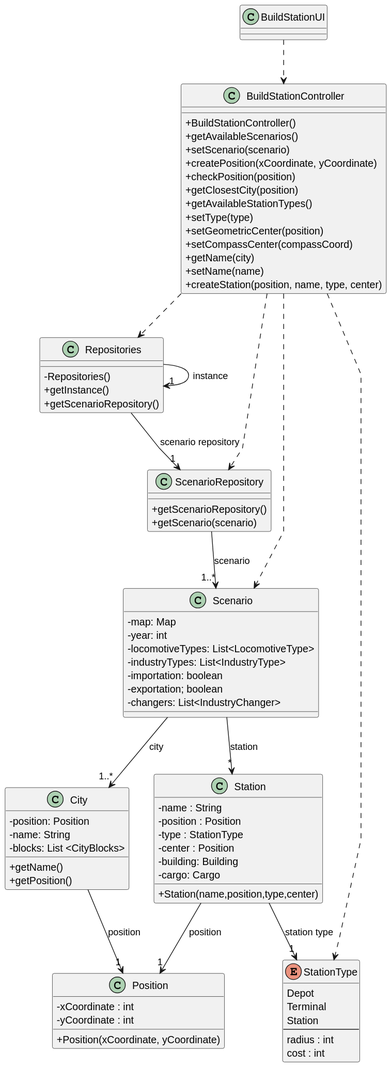
1240935/pi2-railway-simulator keeps this PlantUML diagram as docsFinais/US005/03.design/svg/US005-CD.svg. Above is the earlier version.
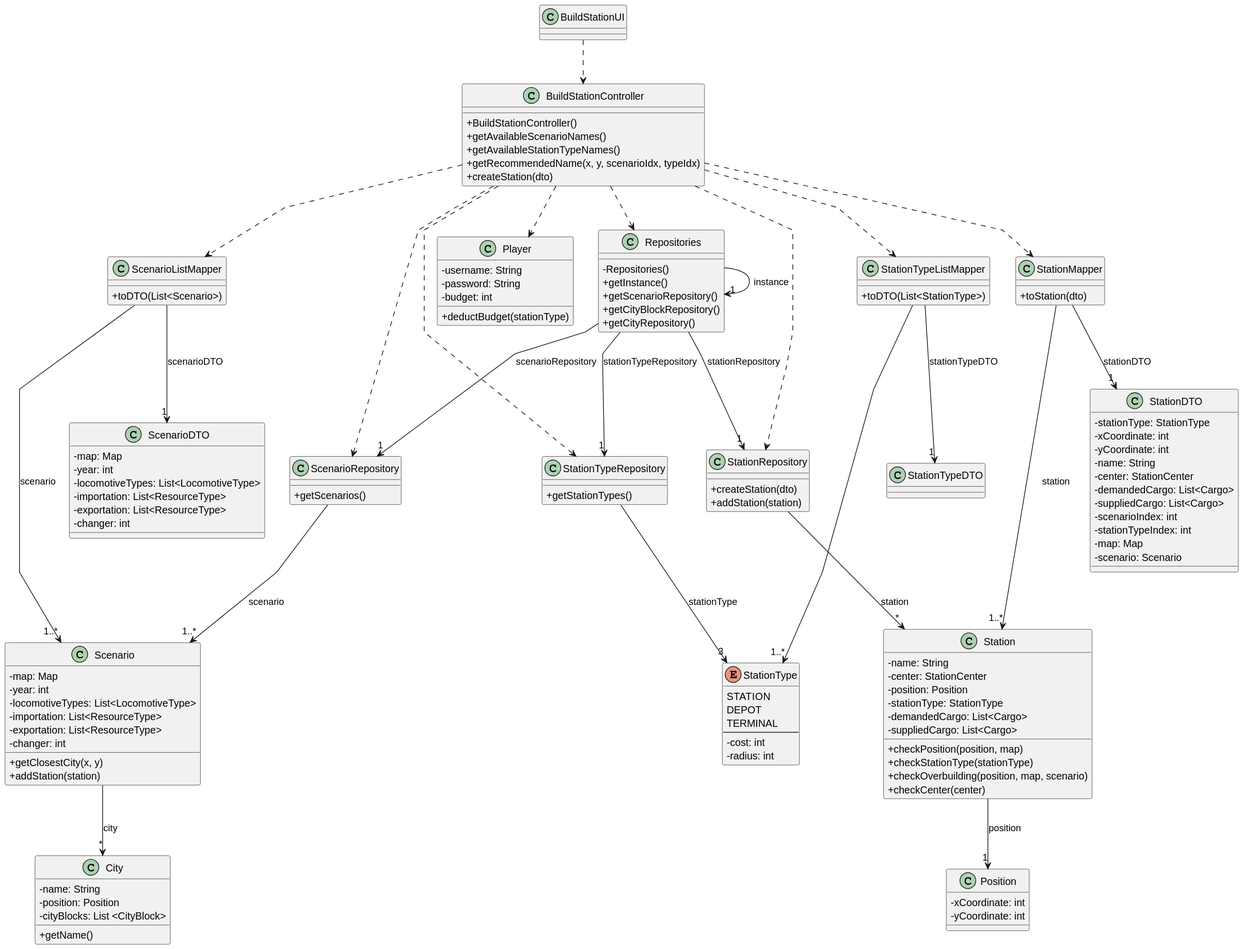
After the commit.

Change to the diagram source:
```diff
@@ -5,91 +5,154 @@
 
 skinparam classAttributeIconSize 0
 
+class BuildStationUI
 
-class BuildStationUI {
+class BuildStationController {
+    + BuildStationController()
+    + getAvailableScenarioNames()
+    + getAvailableStationTypeNames()
+    + getRecommendedName(x, y, scenarioIdx, typeIdx)
+    + createStation(dto)
 }
 
-class BuildStationController {
-  +BuildStationController()
-  +getAvailableScenarios()
-  +setScenario(scenario)
-  +createPosition(xCoordinate, yCoordinate)
-  +checkPosition(position)
-  +getClosestCity(position)
-  +getAvailableStationTypes()
-  +setType(type)
-  +setGeometricCenter(position)
-  +setCompassCenter(compassCoord)
-  +getName(city)
-  +setName(name)
-  +createStation(position, name, type, center)
+class Scenario {
+    - map: Map
+    - year: int
+    - locomotiveTypes: List<LocomotiveType>
+    - importation: List<ResourceType>
+    - exportation: List<ResourceType>
+    - changer: int
+    + getClosestCity(x, y)
+    + addStation(station)
+}
+
+class City {
+    -name: String
+    -position: Position
+    -cityBlocks: List <CityBlock>
+    + getName()
+}
+
+class Station {
+    -name: String
+    -center: StationCenter
+    -position: Position
+    -stationType: StationType
+    -demandedCargo: List<Cargo>
+    -suppliedCargo: List<Cargo>
+    + checkPosition(position, map)
+    + checkStationType(stationType)
+    + checkOverbuilding(position, map, scenario)
+    + checkCenter(center)
+}
+
+class Position {
+    -xCoordinate: int
+    -yCoordinate: int
+}
+
+class Player {
+    - username: String
+    - password: String
+    - budget: int
+    + deductBudget(stationType)
+}
+
+class ScenarioRepository {
+    + getScenarios()
+}
+
+class StationTypeRepository {
+    + getStationTypes()
+}
+class StationRepository {
+    + createStation(dto)
+    + addStation(station)
+}
+
+class ScenarioListMapper {
+    + toDTO(List<Scenario>)
+}
+
+class StationTypeListMapper {
+    + toDTO(List<StationType>)
+}
+
+class StationMapper {
+    + toStation(dto)
+}
+
+class ScenarioDTO{
+    -map: Map
+    -year: int
+    -locomotiveTypes: List<LocomotiveType>
+    -importation: List<ResourceType>
+    -exportation: List<ResourceType>
+    -changer: int
+}
+
+class StationTypeDTO{
+}
+
+class StationDTO {
+    - stationType: StationType
+    - xCoordinate: int
+    - yCoordinate: int
+    - name: String
+    - center: StationCenter
+    - demandedCargo: List<Cargo>
+    - suppliedCargo: List<Cargo>
+    - scenarioIndex: int
+    - stationTypeIndex: int
+    - map: Map
+    - scenario: Scenario
+}
+
+enum StationType{
+    STATION
+    DEPOT
+    TERMINAL
+    --
+    -cost: int
+    -radius: int
 }
 
 class Repositories {
-      - Repositories()
-      + getInstance()
-      + getScenarioRepository()
- }
-
-class City {
-  - position: Position
-  - name: String
-  - blocks: List <CityBlocks>
-  +getName()
-  +getPosition()
-}
-
-class Scenario {
-       -map: Map
-       -year: int
-       -locomotiveTypes: List<LocomotiveType>
-       -industryTypes: List<IndustryType>
-       -importation: boolean
-       -exportation; boolean
-       -changers: List<IndustryChanger>
-}
-
-class Position {
-  -xCoordinate : int
-  -yCoordinate : int
-  +Position(xCoordinate, yCoordinate)
-}
-
-enum StationType {
-  Depot
-  Terminal
-  Station
-  --
-  radius : int
-  cost : int
-}
-
-class ScenarioRepository {
+  -Repositories()
+  +getInstance()
   +getScenarioRepository()
-  +getScenario(scenario)
-}
-
-class Station{
-    -name : String
-    -position : Position
-    -type : StationType
-    -center : Position
-    -building: Building
-    -cargo: Cargo
-    +Station(name,position,type,center)
+  +getCityBlockRepository()
+  +getCityRepository()
 }
 
 BuildStationUI ..> BuildStationController
+
+BuildStationController..> Repositories
+
+Repositories -> "1" Repositories : instance
+Repositories --> "1" ScenarioRepository: scenarioRepository
+Repositories --> "1" StationTypeRepository: stationTypeRepository
+Repositories --> "1" StationRepository: stationRepository
+
+BuildStationController ..> ScenarioListMapper
+BuildStationController ..> StationTypeListMapper
+BuildStationController ..> StationMapper
+BuildStationController ..> Player
 BuildStationController ..> ScenarioRepository
-BuildStationController ..> Scenario
-BuildStationController ..> StationType
-BuildStationController ..> Repositories
-Repositories --> "1" ScenarioRepository : scenario repository
-Repositories -> "1" Repositories : instance
-ScenarioRepository --> "1..*" Scenario  : scenario
-Scenario --> "1..*" City : city
-Scenario --> "*" Station : station
-City --> "1" Position : position
-Station --> "1" Position : position
-Station --> "1" StationType : station type
+BuildStationController ..> StationRepository
+BuildStationController ..> StationTypeRepository
+
+ScenarioRepository --> "1..*" Scenario: scenario
+StationTypeRepository --> "3" StationType: stationType
+StationRepository --> "*" Station: station
+
+ScenarioListMapper --> "1" ScenarioDTO: scenarioDTO
+ScenarioListMapper --> "1..*" Scenario: scenario
+StationTypeListMapper --> "1" StationTypeDTO: stationTypeDTO
+StationTypeListMapper --> "1..*" StationType
+StationMapper --> "1..*" Station: station
+StationMapper --> "1" StationDTO: stationDTO
+
+Scenario --> "*" City: city
+Station --> "1" Position: position
 @enduml
```
